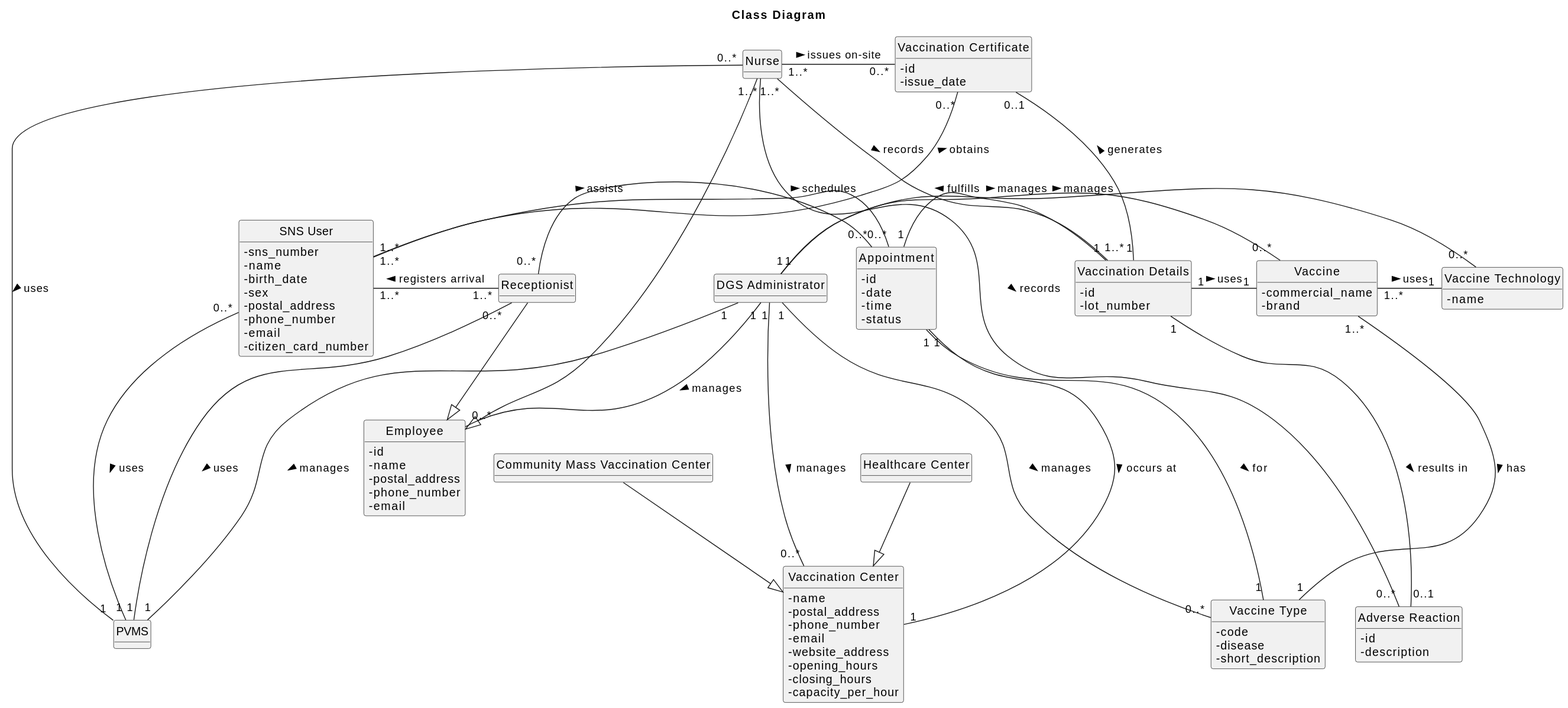
Above: project-template/docs/sprint1/svg/DM.svg in afonso51111/leti-esoft-25-26-A33 (PlantUML), before the change.
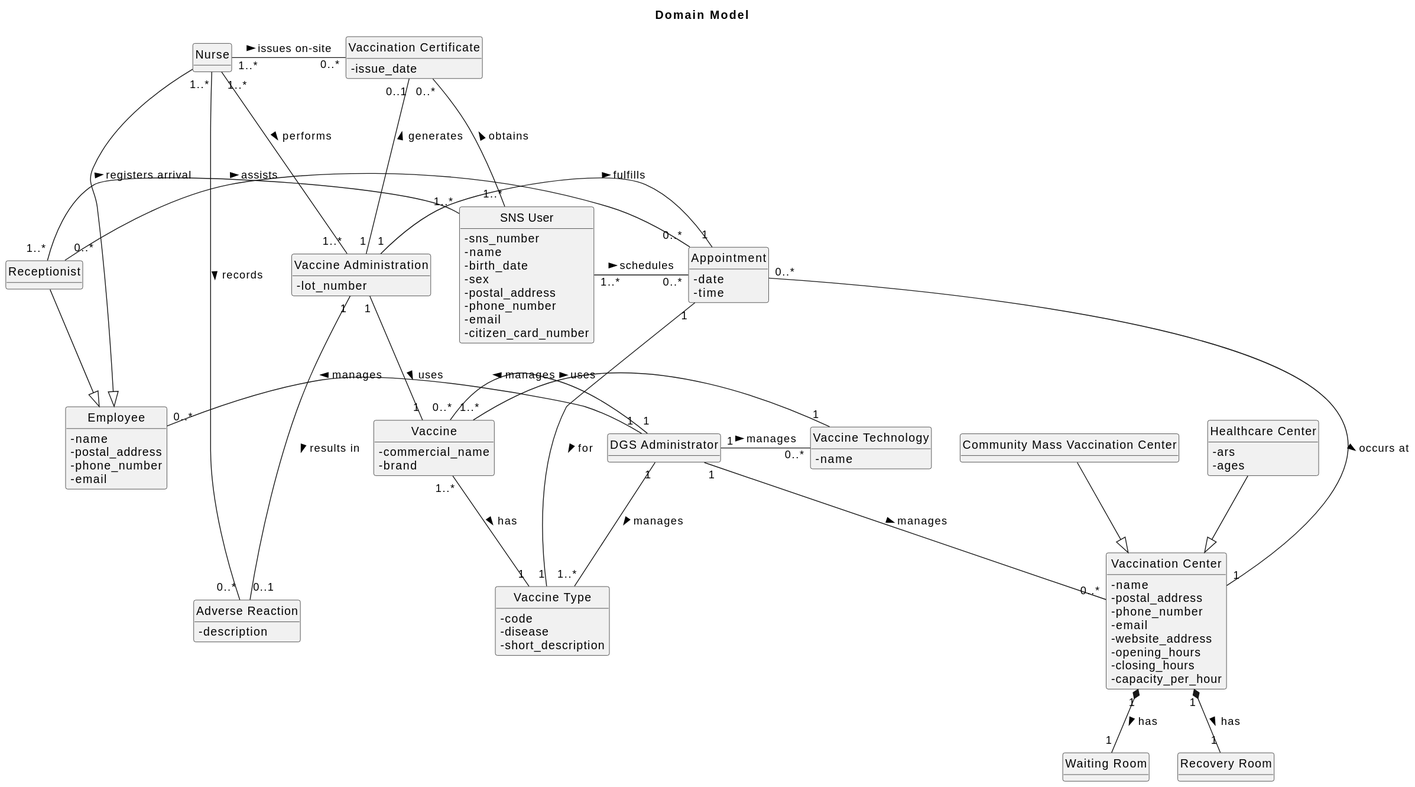
Later version of the same file.

What changed in the source:
```diff
@@ -1,6 +1,5 @@
 @startuml
-
-title Class Diagram
+title Domain Model
 
 skinparam classAttributeIconSize 0
 hide circle
@@ -21,7 +20,6 @@
 }
 
 class Employee {
-  - id
   - name
   - postal_address
   - phone_number
@@ -46,13 +44,18 @@
 }
 
 class "Healthcare Center" {
-
+  - ars
+  - ages
 }
 
 class "Community Mass Vaccination Center" {
-
 }
 
+class "Waiting Room" {
+}
+
+class "Recovery Room" {
+}
 
 class Vaccine {
   - commercial_name
@@ -70,33 +73,22 @@
 }
 
 class Appointment {
-  - id
   - date
   - time
-  - status
 }
 
 
-class "Vaccination Details" {
-  - id
+class "Vaccine Administration" {
   - lot_number
 }
 
 class "Adverse Reaction" {
-  - id
   - description
 }
 
 class "Vaccination Certificate" {
-  - id
   - issue_date
 }
-
-
-class PVMS {
-}
-
-
 
 
 Nurse --|> Employee
@@ -107,38 +99,40 @@
 
 
 
-
-"DGS Administrator" "1" -down-- "1" PVMS: manages >
 "DGS Administrator" "1" -right-- "0..*" Employee:  manages >
 "DGS Administrator" "1" -right-- "0..*" "Vaccination Center": manages >
 "DGS Administrator" "1" -right-- "0..*" Vaccine: manages >
-"DGS Administrator" "1" -right-- "0..*" "Vaccine Type": manages >
+"DGS Administrator" "1" -right-- "1..*" "Vaccine Type": manages >
 "DGS Administrator" "1" -right-- "0..*" "Vaccine Technology": manages >
 
 
 
-Nurse "0..*" -down-- "1" PVMS: uses >
-Receptionist "0..*" -down-- "1" PVMS: uses >
-"SNS User" "0..*" -down-- "1" PVMS: uses >
+
+"Vaccination Center" "1" *-- "1" "Waiting Room": has >
+"Vaccination Center" "1" *-- "1" "Recovery Room": has >
+
+
 
 
 
 "SNS User" "1..*" -right-- "0..*" Appointment: schedules >
 Receptionist "0..*" -right-- "0..*" Appointment: assists >
-Appointment "1" -down-- "1" "Vaccination Center": occurs at >
+Appointment "0..*" -down-- "1" "Vaccination Center": occurs at >
 Appointment "1" -down-- "1" "Vaccine Type": for >
 
 Receptionist "1..*" -left-- "1..*" "SNS User": registers arrival >
-Nurse "1..*" -right-- "1..*" "Vaccination Details": records >
+Nurse "1..*" -right-- "1..*" "Vaccine Administration": performs >
 Nurse "1..*" -right-- "0..*" "Adverse Reaction": records >
 Nurse "1..*" -right-- "0..*" "Vaccination Certificate": issues on-site >
 
-"Vaccination Details" "1" -left-- "1" Appointment: fulfills >
-"Vaccination Details" "1" -right-- "1" Vaccine: uses >
-"Vaccination Details" "1" -down-- "0..1" "Adverse Reaction": results in >
-"Vaccination Details" "1" -down-- "0..1" "Vaccination Certificate": generates >
+
+"Vaccine Administration" "1" -left-- "1" Appointment: fulfills >
+"Vaccine Administration" "1" -right-- "1" Vaccine: uses >
+"Vaccine Administration" "1" -down-- "0..1" "Adverse Reaction": results in >
+"Vaccine Administration" "1" -down-- "0..1" "Vaccination Certificate": generates >
 
 "SNS User" "1..*" -up-- "0..*" "Vaccination Certificate": obtains >
+
 
 Vaccine "1..*" -right-- "1" "Vaccine Type": has >
 Vaccine "1..*" -right-- "1" "Vaccine Technology": uses >
```
